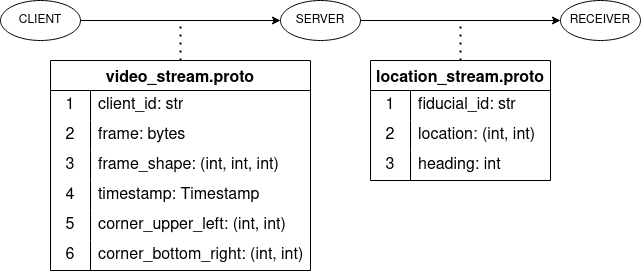
This is res/communication.png from mahyarmirrashed/fiducial-tracker, a draw.io export, as it was before one commit. Source tidied: cells renumbered, new cells last; positions are measured from the earlier drawing's top-left corner, leaving out a move shared by most shapes. Source of this version:
```xml
<mxGraphModel>
  <root>
    <mxCell id="0" />
    <mxCell id="1" parent="0" />
    <mxCell id="2" value="CLIENT" style="ellipse;whiteSpace=wrap;html=1;" parent="1" vertex="1">
      <mxGeometry width="80" height="40" as="geometry" />
    </mxCell>
    <mxCell id="3" value="SERVER" style="ellipse;whiteSpace=wrap;html=1;" parent="1" vertex="1">
      <mxGeometry x="280" width="80" height="40" as="geometry" />
    </mxCell>
    <mxCell id="4" value="&lt;div&gt;RECEIVER&lt;/div&gt;" style="ellipse;whiteSpace=wrap;html=1;" parent="1" vertex="1">
      <mxGeometry x="560" width="80" height="40" as="geometry" />
    </mxCell>
    <mxCell id="5" style="endArrow=classic;html=1;rounded=0;" parent="1" edge="1" source="2" target="3">
      <mxGeometry relative="1" as="geometry" />
    </mxCell>
    <mxCell id="6" style="endArrow=classic;html=1;rounded=0;" parent="1" edge="1" source="3" target="4">
      <mxGeometry relative="1" as="geometry" />
    </mxCell>
    <mxCell id="7" value="video_stream.proto" style="shape=table;startSize=30;rowLines=0;fontStyle=1;strokeColor=default;fontSize=16;" parent="1" vertex="1">
      <mxGeometry x="50" y="60" width="260" height="210" as="geometry" />
    </mxCell>
    <mxCell id="8" style="shape=tableRow;horizontal=0;startSize=0;swimlaneHead=0;swimlaneBody=0;top=0;left=0;bottom=0;right=0;fillColor=none;strokeColor=inherit;fontSize=16;" parent="7" vertex="1">
      <mxGeometry y="30" width="260" height="30" as="geometry" />
    </mxCell>
    <mxCell id="9" value="1" style="shape=partialRectangle;html=1;whiteSpace=wrap;fillColor=none;top=0;left=0;bottom=0;right=0;overflow=hidden;strokeColor=inherit;fontSize=16;" parent="8" vertex="1">
      <mxGeometry width="40" height="30" as="geometry" />
    </mxCell>
    <mxCell id="10" value="client_id: str" style="shape=partialRectangle;html=1;whiteSpace=wrap;fillColor=none;top=0;left=0;bottom=0;right=0;align=left;spacingLeft=6;overflow=hidden;strokeColor=inherit;fontSize=16;" parent="8" vertex="1">
      <mxGeometry x="40" width="220" height="30" as="geometry" />
    </mxCell>
    <mxCell id="11" style="shape=tableRow;horizontal=0;startSize=0;swimlaneHead=0;swimlaneBody=0;top=0;left=0;bottom=0;right=0;fillColor=none;strokeColor=inherit;fontSize=16;" parent="7" vertex="1">
      <mxGeometry y="60" width="260" height="30" as="geometry" />
    </mxCell>
    <mxCell id="12" value="2" style="shape=partialRectangle;html=1;whiteSpace=wrap;fillColor=none;top=0;left=0;bottom=0;right=0;overflow=hidden;strokeColor=inherit;fontSize=16;" parent="11" vertex="1">
      <mxGeometry width="40" height="30" as="geometry" />
    </mxCell>
    <mxCell id="13" value="frame: bytes" style="shape=partialRectangle;html=1;whiteSpace=wrap;fillColor=none;top=0;left=0;bottom=0;right=0;align=left;spacingLeft=6;overflow=hidden;strokeColor=inherit;fontSize=16;" parent="11" vertex="1">
      <mxGeometry x="40" width="220" height="30" as="geometry" />
    </mxCell>
    <mxCell id="14" style="shape=tableRow;horizontal=0;startSize=0;swimlaneHead=0;swimlaneBody=0;top=0;left=0;bottom=0;right=0;fillColor=none;strokeColor=inherit;fontSize=16;" parent="7" vertex="1">
      <mxGeometry y="90" width="260" height="30" as="geometry" />
    </mxCell>
    <mxCell id="15" value="3" style="shape=partialRectangle;html=1;whiteSpace=wrap;fillColor=none;top=0;left=0;bottom=0;right=0;overflow=hidden;strokeColor=inherit;fontSize=16;" parent="14" vertex="1">
      <mxGeometry width="40" height="30" as="geometry" />
    </mxCell>
    <mxCell id="16" value="frame_shape: (int, int, int)" style="shape=partialRectangle;html=1;whiteSpace=wrap;fillColor=none;top=0;left=0;bottom=0;right=0;align=left;spacingLeft=6;overflow=hidden;strokeColor=inherit;fontSize=16;" parent="14" vertex="1">
      <mxGeometry x="40" width="220" height="30" as="geometry" />
    </mxCell>
    <mxCell id="17" style="shape=tableRow;horizontal=0;startSize=0;swimlaneHead=0;swimlaneBody=0;top=0;left=0;bottom=0;right=0;fillColor=none;strokeColor=inherit;fontSize=16;" parent="7" vertex="1">
      <mxGeometry y="120" width="260" height="30" as="geometry" />
    </mxCell>
    <mxCell id="18" value="4" style="shape=partialRectangle;html=1;whiteSpace=wrap;fillColor=none;top=0;left=0;bottom=0;right=0;overflow=hidden;strokeColor=inherit;fontSize=16;" parent="17" vertex="1">
      <mxGeometry width="40" height="30" as="geometry" />
    </mxCell>
    <mxCell id="19" value="timestamp: Timestamp" style="shape=partialRectangle;html=1;whiteSpace=wrap;fillColor=none;top=0;left=0;bottom=0;right=0;align=left;spacingLeft=6;overflow=hidden;strokeColor=inherit;fontSize=16;" parent="17" vertex="1">
      <mxGeometry x="40" width="220" height="30" as="geometry" />
    </mxCell>
    <mxCell id="20" style="shape=tableRow;horizontal=0;startSize=0;swimlaneHead=0;swimlaneBody=0;top=0;left=0;bottom=0;right=0;fillColor=none;strokeColor=inherit;fontSize=16;" parent="7" vertex="1">
      <mxGeometry y="150" width="260" height="30" as="geometry" />
    </mxCell>
    <mxCell id="21" value="5" style="shape=partialRectangle;html=1;whiteSpace=wrap;fillColor=none;top=0;left=0;bottom=0;right=0;overflow=hidden;strokeColor=inherit;fontSize=16;" parent="20" vertex="1">
      <mxGeometry width="40" height="30" as="geometry" />
    </mxCell>
    <mxCell id="22" value="corner_upper_left: (int, int)" style="shape=partialRectangle;html=1;whiteSpace=wrap;fillColor=none;top=0;left=0;bottom=0;right=0;align=left;spacingLeft=6;overflow=hidden;strokeColor=inherit;fontSize=16;" parent="20" vertex="1">
      <mxGeometry x="40" width="220" height="30" as="geometry" />
    </mxCell>
    <mxCell id="23" style="shape=tableRow;horizontal=0;startSize=0;swimlaneHead=0;swimlaneBody=0;top=0;left=0;bottom=0;right=0;fillColor=none;strokeColor=inherit;fontSize=16;" parent="7" vertex="1">
      <mxGeometry y="180" width="260" height="30" as="geometry" />
    </mxCell>
    <mxCell id="24" value="6" style="shape=partialRectangle;html=1;whiteSpace=wrap;fillColor=none;top=0;left=0;bottom=0;right=0;overflow=hidden;strokeColor=inherit;fontSize=16;" parent="23" vertex="1">
      <mxGeometry width="40" height="30" as="geometry" />
    </mxCell>
    <mxCell id="25" value="corner_bottom_right: (int, int)" style="shape=partialRectangle;html=1;whiteSpace=wrap;fillColor=none;top=0;left=0;bottom=0;right=0;align=left;spacingLeft=6;overflow=hidden;strokeColor=inherit;fontSize=16;" parent="23" vertex="1">
      <mxGeometry x="40" width="220" height="30" as="geometry" />
    </mxCell>
    <mxCell id="26" style="shape=tableRow;horizontal=0;startSize=0;swimlaneHead=0;swimlaneBody=0;top=0;left=0;bottom=0;right=0;fillColor=none;strokeColor=inherit;fontSize=16;" parent="1" vertex="1">
      <mxGeometry x="90" y="170" width="180" height="30" as="geometry" />
    </mxCell>
    <mxCell id="27" style="shape=tableRow;horizontal=0;startSize=0;swimlaneHead=0;swimlaneBody=0;top=0;left=0;bottom=0;right=0;fillColor=none;strokeColor=inherit;fontSize=16;" parent="1" vertex="1">
      <mxGeometry x="90" y="200" width="180" height="30" as="geometry" />
    </mxCell>
    <mxCell id="28" style="shape=tableRow;horizontal=0;startSize=0;swimlaneHead=0;swimlaneBody=0;top=0;left=0;bottom=0;right=0;fillColor=none;strokeColor=inherit;fontSize=16;" parent="1" vertex="1">
      <mxGeometry x="90" y="230" width="180" height="30" as="geometry" />
    </mxCell>
    <mxCell id="29" value="location_stream.proto" style="shape=table;startSize=30;rowLines=0;fontStyle=1;strokeColor=default;fontSize=16;" parent="1" vertex="1">
      <mxGeometry x="370" y="60" width="180" height="120" as="geometry" />
    </mxCell>
    <mxCell id="30" style="shape=tableRow;horizontal=0;startSize=0;swimlaneHead=0;swimlaneBody=0;top=0;left=0;bottom=0;right=0;fillColor=none;strokeColor=inherit;fontSize=16;" parent="29" vertex="1">
      <mxGeometry y="30" width="180" height="30" as="geometry" />
    </mxCell>
    <mxCell id="31" value="1" style="shape=partialRectangle;html=1;whiteSpace=wrap;fillColor=none;top=0;left=0;bottom=0;right=0;overflow=hidden;strokeColor=inherit;fontSize=16;" parent="30" vertex="1">
      <mxGeometry width="40" height="30" as="geometry" />
    </mxCell>
    <mxCell id="32" value="fiducial_id: str" style="shape=partialRectangle;html=1;whiteSpace=wrap;fillColor=none;top=0;left=0;bottom=0;right=0;align=left;spacingLeft=6;overflow=hidden;strokeColor=inherit;fontSize=16;" parent="30" vertex="1">
      <mxGeometry x="40" width="140" height="30" as="geometry" />
    </mxCell>
    <mxCell id="33" style="shape=tableRow;horizontal=0;startSize=0;swimlaneHead=0;swimlaneBody=0;top=0;left=0;bottom=0;right=0;fillColor=none;strokeColor=inherit;fontSize=16;" parent="29" vertex="1">
      <mxGeometry y="60" width="180" height="30" as="geometry" />
    </mxCell>
    <mxCell id="34" value="2" style="shape=partialRectangle;html=1;whiteSpace=wrap;fillColor=none;top=0;left=0;bottom=0;right=0;overflow=hidden;strokeColor=inherit;fontSize=16;" parent="33" vertex="1">
      <mxGeometry width="40" height="30" as="geometry" />
    </mxCell>
    <mxCell id="35" value="location: (int, int)" style="shape=partialRectangle;html=1;whiteSpace=wrap;fillColor=none;top=0;left=0;bottom=0;right=0;align=left;spacingLeft=6;overflow=hidden;strokeColor=inherit;fontSize=16;" parent="33" vertex="1">
      <mxGeometry x="40" width="140" height="30" as="geometry" />
    </mxCell>
    <mxCell id="36" style="shape=tableRow;horizontal=0;startSize=0;swimlaneHead=0;swimlaneBody=0;top=0;left=0;bottom=0;right=0;fillColor=none;strokeColor=inherit;fontSize=16;" parent="29" vertex="1">
      <mxGeometry y="90" width="180" height="30" as="geometry" />
    </mxCell>
    <mxCell id="37" value="3" style="shape=partialRectangle;html=1;whiteSpace=wrap;fillColor=none;top=0;left=0;bottom=0;right=0;overflow=hidden;strokeColor=inherit;fontSize=16;" parent="36" vertex="1">
      <mxGeometry width="40" height="30" as="geometry" />
    </mxCell>
    <mxCell id="38" value="heading: int" style="shape=partialRectangle;html=1;whiteSpace=wrap;fillColor=none;top=0;left=0;bottom=0;right=0;align=left;spacingLeft=6;overflow=hidden;strokeColor=inherit;fontSize=16;" parent="36" vertex="1">
      <mxGeometry x="40" width="140" height="30" as="geometry" />
    </mxCell>
    <mxCell id="39" style="endArrow=none;dashed=1;html=1;dashPattern=1 3;strokeWidth=2;rounded=0;" parent="1" edge="1" source="7">
      <mxGeometry relative="1" as="geometry">
        <mxPoint x="180" y="20" as="targetPoint" />
      </mxGeometry>
    </mxCell>
    <mxCell id="40" style="endArrow=none;dashed=1;html=1;dashPattern=1 3;strokeWidth=2;rounded=0;" parent="1" edge="1" source="29">
      <mxGeometry relative="1" as="geometry">
        <mxPoint x="460" y="20" as="targetPoint" />
      </mxGeometry>
    </mxCell>
  </root>
</mxGraphModel>
```
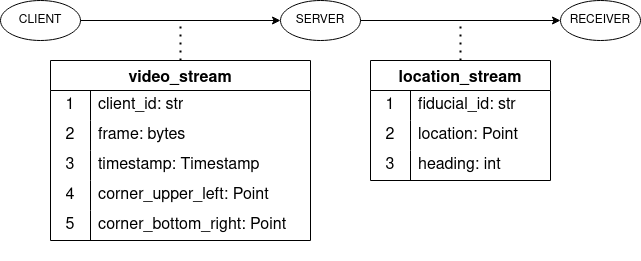
Later version of the same file.

Commit message:
docs: update diagram for video stream communication protocol

The edit, as a diff of the source:
```diff
@@ -17,8 +17,8 @@
     <mxCell id="6" style="endArrow=classic;html=1;rounded=0;" parent="1" edge="1" source="3" target="4">
       <mxGeometry relative="1" as="geometry" />
     </mxCell>
-    <mxCell id="7" value="video_stream.proto" style="shape=table;startSize=30;rowLines=0;fontStyle=1;strokeColor=default;fontSize=16;" parent="1" vertex="1">
-      <mxGeometry x="50" y="60" width="260" height="210" as="geometry" />
+    <mxCell id="7" value="video_stream" style="shape=table;startSize=30;rowLines=0;fontStyle=1;strokeColor=default;fontSize=16;" parent="1" vertex="1">
+      <mxGeometry x="50" y="60" width="260" height="180" as="geometry" />
     </mxCell>
     <mxCell id="8" style="shape=tableRow;horizontal=0;startSize=0;swimlaneHead=0;swimlaneBody=0;top=0;left=0;bottom=0;right=0;fillColor=none;strokeColor=inherit;fontSize=16;" parent="7" vertex="1">
       <mxGeometry y="30" width="260" height="30" as="geometry" />
@@ -38,40 +38,31 @@
     <mxCell id="13" value="frame: bytes" style="shape=partialRectangle;html=1;whiteSpace=wrap;fillColor=none;top=0;left=0;bottom=0;right=0;align=left;spacingLeft=6;overflow=hidden;strokeColor=inherit;fontSize=16;" parent="11" vertex="1">
       <mxGeometry x="40" width="220" height="30" as="geometry" />
     </mxCell>
-    <mxCell id="14" style="shape=tableRow;horizontal=0;startSize=0;swimlaneHead=0;swimlaneBody=0;top=0;left=0;bottom=0;right=0;fillColor=none;strokeColor=inherit;fontSize=16;" parent="7" vertex="1">
-      <mxGeometry y="90" width="260" height="30" as="geometry" />
-    </mxCell>
-    <mxCell id="15" value="3" style="shape=partialRectangle;html=1;whiteSpace=wrap;fillColor=none;top=0;left=0;bottom=0;right=0;overflow=hidden;strokeColor=inherit;fontSize=16;" parent="14" vertex="1">
-      <mxGeometry width="40" height="30" as="geometry" />
-    </mxCell>
-    <mxCell id="16" value="frame_shape: (int, int, int)" style="shape=partialRectangle;html=1;whiteSpace=wrap;fillColor=none;top=0;left=0;bottom=0;right=0;align=left;spacingLeft=6;overflow=hidden;strokeColor=inherit;fontSize=16;" parent="14" vertex="1">
-      <mxGeometry x="40" width="220" height="30" as="geometry" />
-    </mxCell>
     <mxCell id="17" style="shape=tableRow;horizontal=0;startSize=0;swimlaneHead=0;swimlaneBody=0;top=0;left=0;bottom=0;right=0;fillColor=none;strokeColor=inherit;fontSize=16;" parent="7" vertex="1">
-      <mxGeometry y="120" width="260" height="30" as="geometry" />
+      <mxGeometry y="90" width="260" height="30" as="geometry" />
     </mxCell>
-    <mxCell id="18" value="4" style="shape=partialRectangle;html=1;whiteSpace=wrap;fillColor=none;top=0;left=0;bottom=0;right=0;overflow=hidden;strokeColor=inherit;fontSize=16;" parent="17" vertex="1">
+    <mxCell id="18" value="3" style="shape=partialRectangle;html=1;whiteSpace=wrap;fillColor=none;top=0;left=0;bottom=0;right=0;overflow=hidden;strokeColor=inherit;fontSize=16;" parent="17" vertex="1">
       <mxGeometry width="40" height="30" as="geometry" />
     </mxCell>
     <mxCell id="19" value="timestamp: Timestamp" style="shape=partialRectangle;html=1;whiteSpace=wrap;fillColor=none;top=0;left=0;bottom=0;right=0;align=left;spacingLeft=6;overflow=hidden;strokeColor=inherit;fontSize=16;" parent="17" vertex="1">
       <mxGeometry x="40" width="220" height="30" as="geometry" />
     </mxCell>
     <mxCell id="20" style="shape=tableRow;horizontal=0;startSize=0;swimlaneHead=0;swimlaneBody=0;top=0;left=0;bottom=0;right=0;fillColor=none;strokeColor=inherit;fontSize=16;" parent="7" vertex="1">
-      <mxGeometry y="150" width="260" height="30" as="geometry" />
+      <mxGeometry y="120" width="260" height="30" as="geometry" />
     </mxCell>
-    <mxCell id="21" value="5" style="shape=partialRectangle;html=1;whiteSpace=wrap;fillColor=none;top=0;left=0;bottom=0;right=0;overflow=hidden;strokeColor=inherit;fontSize=16;" parent="20" vertex="1">
+    <mxCell id="21" value="4" style="shape=partialRectangle;html=1;whiteSpace=wrap;fillColor=none;top=0;left=0;bottom=0;right=0;overflow=hidden;strokeColor=inherit;fontSize=16;" parent="20" vertex="1">
       <mxGeometry width="40" height="30" as="geometry" />
     </mxCell>
-    <mxCell id="22" value="corner_upper_left: (int, int)" style="shape=partialRectangle;html=1;whiteSpace=wrap;fillColor=none;top=0;left=0;bottom=0;right=0;align=left;spacingLeft=6;overflow=hidden;strokeColor=inherit;fontSize=16;" parent="20" vertex="1">
+    <mxCell id="22" value="corner_upper_left: Point" style="shape=partialRectangle;html=1;whiteSpace=wrap;fillColor=none;top=0;left=0;bottom=0;right=0;align=left;spacingLeft=6;overflow=hidden;strokeColor=inherit;fontSize=16;" parent="20" vertex="1">
       <mxGeometry x="40" width="220" height="30" as="geometry" />
     </mxCell>
     <mxCell id="23" style="shape=tableRow;horizontal=0;startSize=0;swimlaneHead=0;swimlaneBody=0;top=0;left=0;bottom=0;right=0;fillColor=none;strokeColor=inherit;fontSize=16;" parent="7" vertex="1">
-      <mxGeometry y="180" width="260" height="30" as="geometry" />
+      <mxGeometry y="150" width="260" height="30" as="geometry" />
     </mxCell>
-    <mxCell id="24" value="6" style="shape=partialRectangle;html=1;whiteSpace=wrap;fillColor=none;top=0;left=0;bottom=0;right=0;overflow=hidden;strokeColor=inherit;fontSize=16;" parent="23" vertex="1">
+    <mxCell id="24" value="5" style="shape=partialRectangle;html=1;whiteSpace=wrap;fillColor=none;top=0;left=0;bottom=0;right=0;overflow=hidden;strokeColor=inherit;fontSize=16;" parent="23" vertex="1">
       <mxGeometry width="40" height="30" as="geometry" />
     </mxCell>
-    <mxCell id="25" value="corner_bottom_right: (int, int)" style="shape=partialRectangle;html=1;whiteSpace=wrap;fillColor=none;top=0;left=0;bottom=0;right=0;align=left;spacingLeft=6;overflow=hidden;strokeColor=inherit;fontSize=16;" parent="23" vertex="1">
+    <mxCell id="25" value="corner_bottom_right: Point" style="shape=partialRectangle;html=1;whiteSpace=wrap;fillColor=none;top=0;left=0;bottom=0;right=0;align=left;spacingLeft=6;overflow=hidden;strokeColor=inherit;fontSize=16;" parent="23" vertex="1">
       <mxGeometry x="40" width="220" height="30" as="geometry" />
     </mxCell>
     <mxCell id="26" style="shape=tableRow;horizontal=0;startSize=0;swimlaneHead=0;swimlaneBody=0;top=0;left=0;bottom=0;right=0;fillColor=none;strokeColor=inherit;fontSize=16;" parent="1" vertex="1">
@@ -83,7 +74,7 @@
     <mxCell id="28" style="shape=tableRow;horizontal=0;startSize=0;swimlaneHead=0;swimlaneBody=0;top=0;left=0;bottom=0;right=0;fillColor=none;strokeColor=inherit;fontSize=16;" parent="1" vertex="1">
       <mxGeometry x="90" y="230" width="180" height="30" as="geometry" />
     </mxCell>
-    <mxCell id="29" value="location_stream.proto" style="shape=table;startSize=30;rowLines=0;fontStyle=1;strokeColor=default;fontSize=16;" parent="1" vertex="1">
+    <mxCell id="29" value="location_stream" style="shape=table;startSize=30;rowLines=0;fontStyle=1;strokeColor=default;fontSize=16;" parent="1" vertex="1">
       <mxGeometry x="370" y="60" width="180" height="120" as="geometry" />
     </mxCell>
     <mxCell id="30" style="shape=tableRow;horizontal=0;startSize=0;swimlaneHead=0;swimlaneBody=0;top=0;left=0;bottom=0;right=0;fillColor=none;strokeColor=inherit;fontSize=16;" parent="29" vertex="1">
@@ -101,7 +92,7 @@
     <mxCell id="34" value="2" style="shape=partialRectangle;html=1;whiteSpace=wrap;fillColor=none;top=0;left=0;bottom=0;right=0;overflow=hidden;strokeColor=inherit;fontSize=16;" parent="33" vertex="1">
       <mxGeometry width="40" height="30" as="geometry" />
     </mxCell>
-    <mxCell id="35" value="location: (int, int)" style="shape=partialRectangle;html=1;whiteSpace=wrap;fillColor=none;top=0;left=0;bottom=0;right=0;align=left;spacingLeft=6;overflow=hidden;strokeColor=inherit;fontSize=16;" parent="33" vertex="1">
+    <mxCell id="35" value="location: Point" style="shape=partialRectangle;html=1;whiteSpace=wrap;fillColor=none;top=0;left=0;bottom=0;right=0;align=left;spacingLeft=6;overflow=hidden;strokeColor=inherit;fontSize=16;" parent="33" vertex="1">
       <mxGeometry x="40" width="140" height="30" as="geometry" />
     </mxCell>
     <mxCell id="36" style="shape=tableRow;horizontal=0;startSize=0;swimlaneHead=0;swimlaneBody=0;top=0;left=0;bottom=0;right=0;fillColor=none;strokeColor=inherit;fontSize=16;" parent="29" vertex="1">
```
